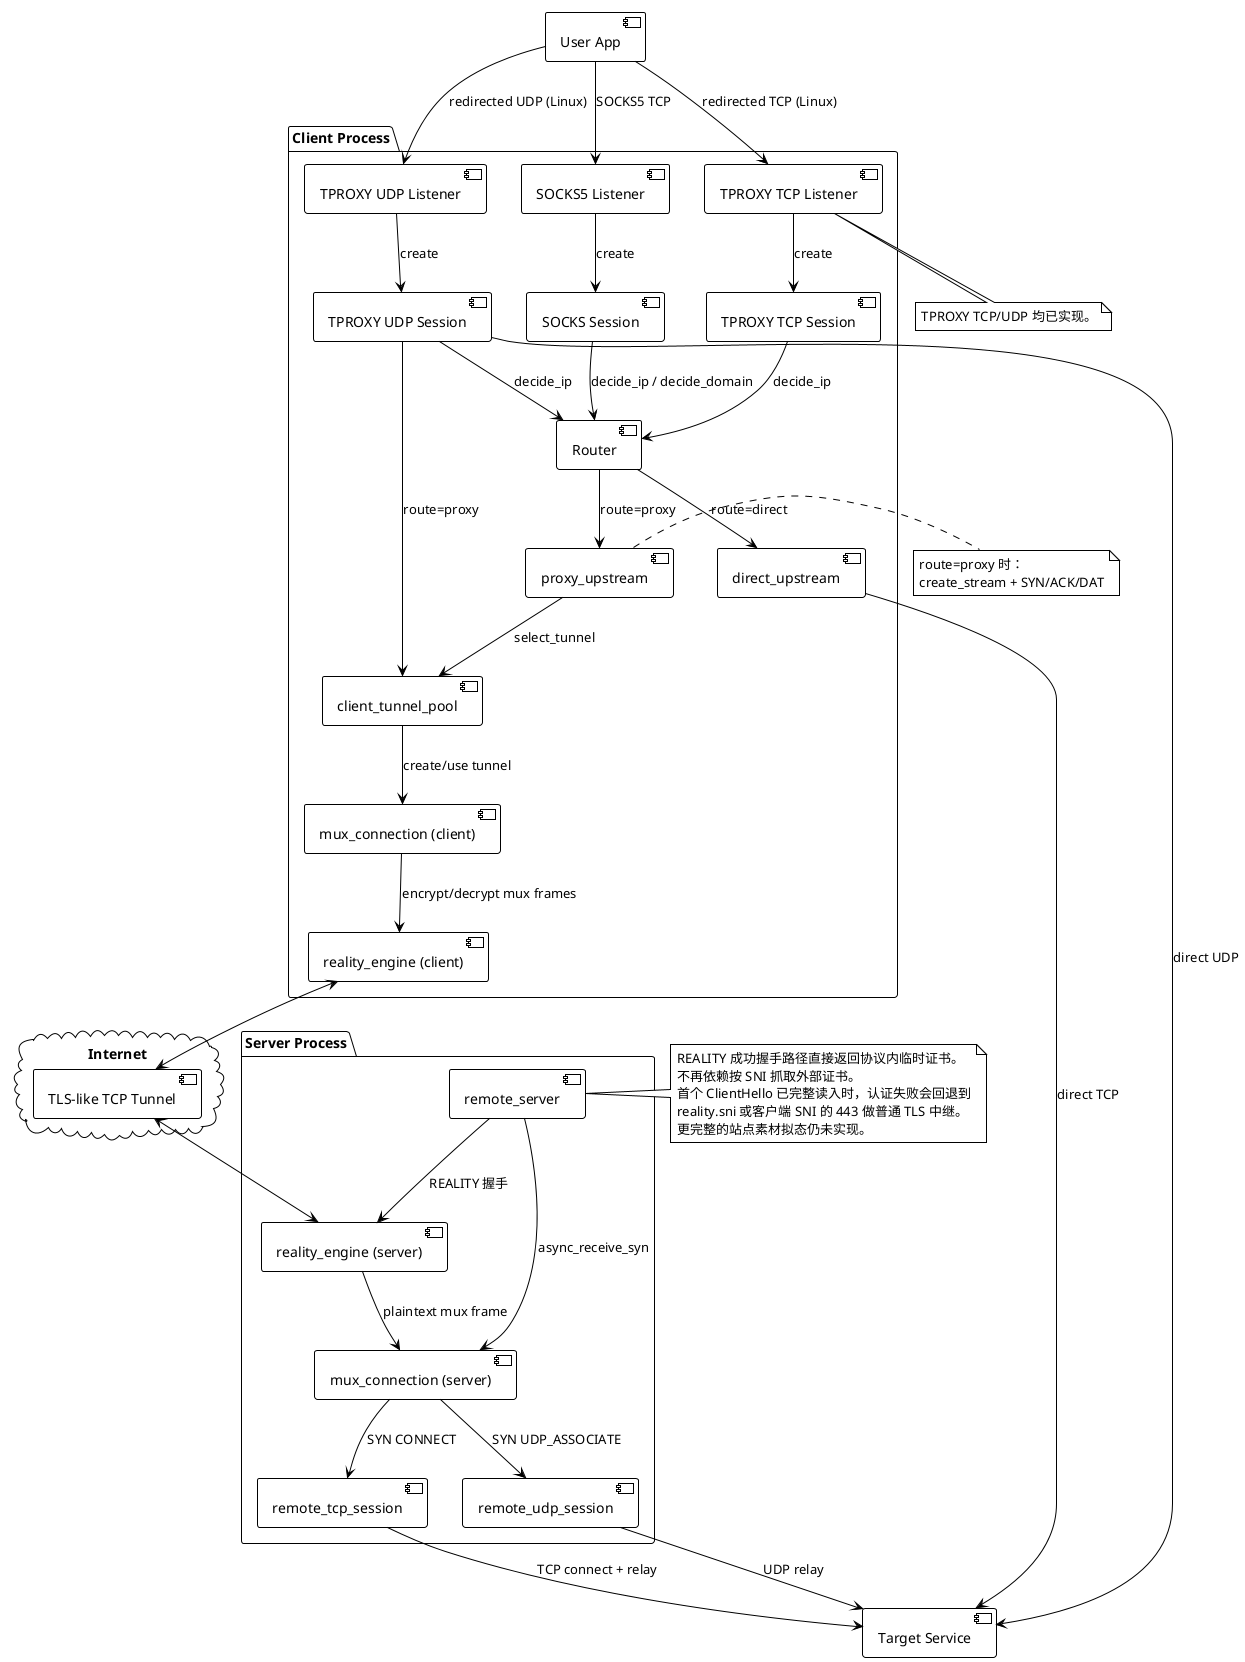
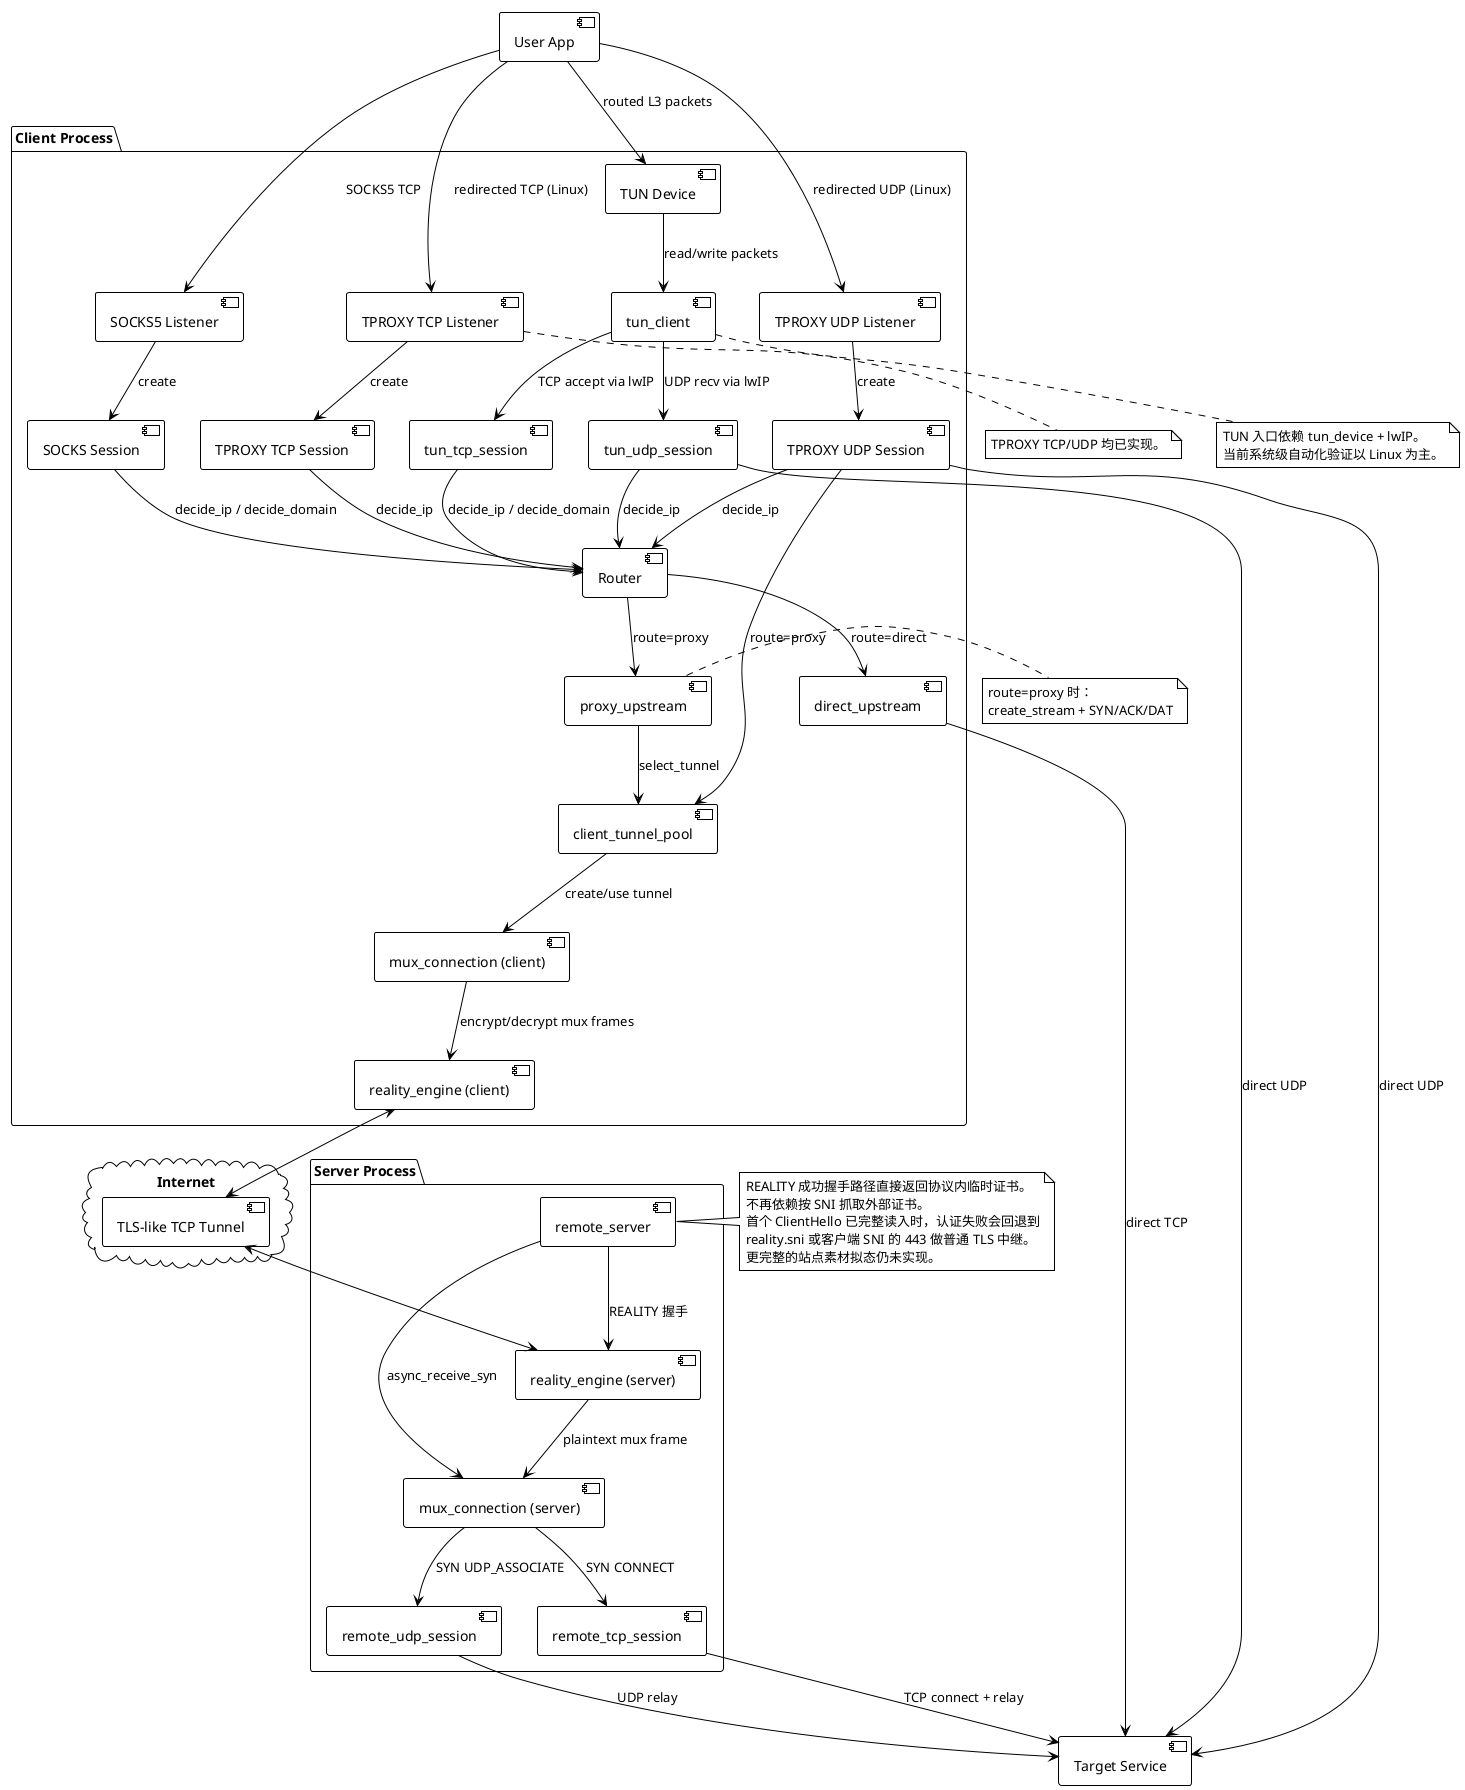
@startuml
!theme plain
skinparam componentStyle uml2

package "Client Process" {
    [SOCKS5 Listener] as SocksListener
    [SOCKS Session] as SocksSession
    [TPROXY TCP Listener] as TproxyListener
    [TPROXY TCP Session] as TproxySession
    [TPROXY UDP Listener] as TproxyUdpListener
    [TPROXY UDP Session] as TproxyUdpSession
+     [TUN Device] as TunDevice
+     [tun_client] as TunClient
+     [tun_tcp_session] as TunTcpSession
+     [tun_udp_session] as TunUdpSession

    [Router] as Router
    [direct_upstream] as DirectUpstream
    [proxy_upstream] as ProxyUpstream

    [client_tunnel_pool] as TunnelPool
    [mux_connection (client)] as ClientMux
    [reality_engine (client)] as ClientReality

}

cloud "Internet" {
    [TLS-like TCP Tunnel] as Network
}

package "Server Process" {
    [remote_server] as RemoteServer
    [mux_connection (server)] as ServerMux
    [reality_engine (server)] as ServerReality
    [remote_tcp_session] as RemoteTcp
    [remote_udp_session] as RemoteUdp
}

[User App] as App
[Target Service] as Target
App --> SocksListener : SOCKS5 TCP
SocksListener --> SocksSession : create

App --> TproxyListener : redirected TCP (Linux)
TproxyListener --> TproxySession : create

App --> TproxyUdpListener : redirected UDP (Linux)
TproxyUdpListener --> TproxyUdpSession : create

+ App --> TunDevice : routed L3 packets
+ TunDevice --> TunClient : read/write packets
+ TunClient --> TunTcpSession : TCP accept via lwIP
+ TunClient --> TunUdpSession : UDP recv via lwIP
+ 
SocksSession --> Router : decide_ip / decide_domain
TproxySession --> Router : decide_ip
TproxyUdpSession --> Router : decide_ip
+ TunTcpSession --> Router : decide_ip / decide_domain
+ TunUdpSession --> Router : decide_ip

Router --> DirectUpstream : route=direct
Router --> ProxyUpstream : route=proxy

DirectUpstream --> Target : direct TCP
+ TunUdpSession --> Target : direct UDP

ProxyUpstream --> TunnelPool : select_tunnel
TunnelPool --> ClientMux : create/use tunnel
ClientMux --> ClientReality : encrypt/decrypt mux frames
ClientReality <--> Network
Network <--> ServerReality
ServerReality --> ServerMux : plaintext mux frame

RemoteServer --> ServerReality : REALITY 握手
RemoteServer --> ServerMux : async_receive_syn
ServerMux --> RemoteTcp : SYN CONNECT
ServerMux --> RemoteUdp : SYN UDP_ASSOCIATE

RemoteTcp --> Target : TCP connect + relay
RemoteUdp --> Target : UDP relay

TproxyUdpSession --> TunnelPool : route=proxy
TproxyUdpSession --> Target : direct UDP

note right of ProxyUpstream
  route=proxy 时：
  create_stream + SYN/ACK/DAT
end note

note right of RemoteServer
  REALITY 成功握手路径直接返回协议内临时证书。
  不再依赖按 SNI 抓取外部证书。
  首个 ClientHello 已完整读入时，认证失败会回退到
  reality.sni 或客户端 SNI 的 443 做普通 TLS 中继。
  更完整的站点素材拟态仍未实现。
end note

note bottom of TproxyListener
  TPROXY TCP/UDP 均已实现。
end note

+ note bottom of TunClient
+   TUN 入口依赖 tun_device + lwIP。
+   当前系统级自动化验证以 Linux 为主。
+ end note
+ 
@enduml
